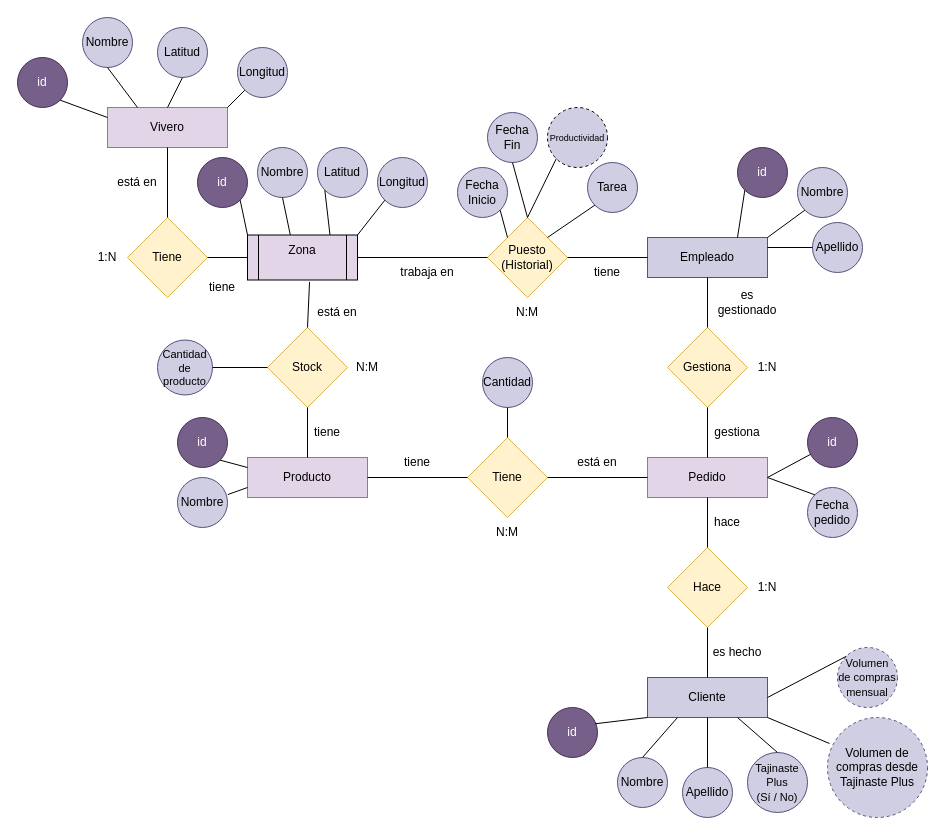
Above: viveros.drawio in IbaiHerasULL/ModeloER_Viveros (draw.io), before the change. Source tidied: cells renumbered, new cells numbered last; positions are measured from the earlier drawing's top-left corner, leaving out a move shared by most shapes. Both pictures are drawn from the tidied source at 100%, with x=0, y=0 at pixel (17, 17).
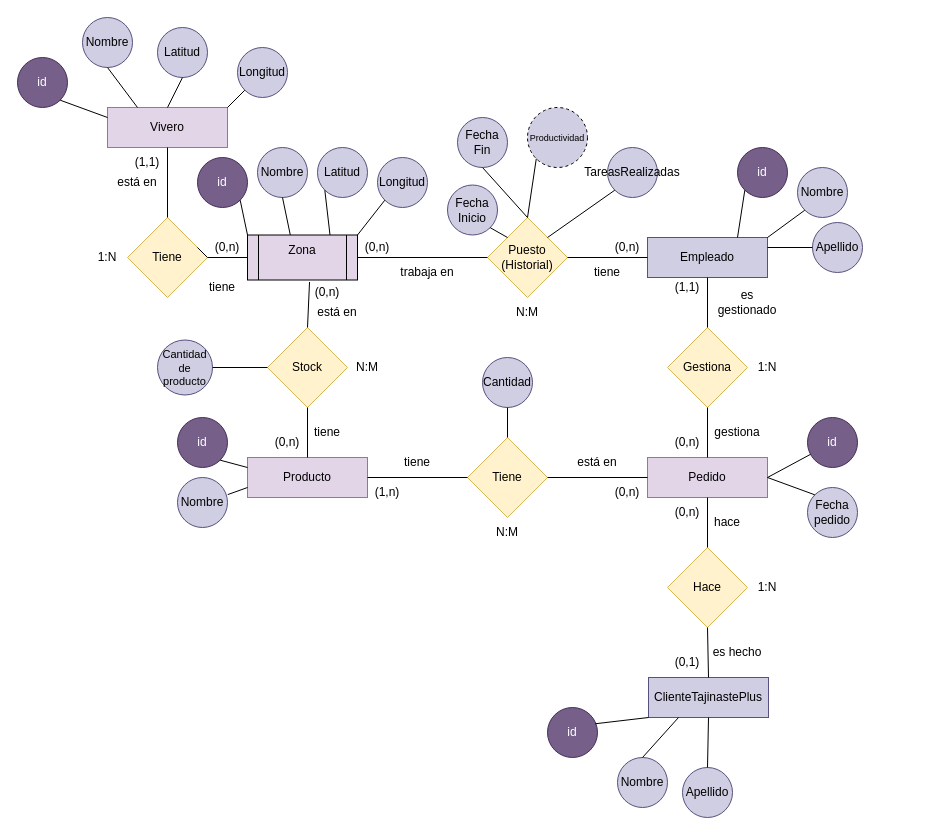
Above is the later version.

The change refers to these unchanged cells:
```xml
<mxCell id="22" value="Tiene" style="rhombus;whiteSpace=wrap;html=1;fillColor=#fff2cc;strokeColor=#d6b656;" parent="1" vertex="1">
  <mxGeometry x="110" y="200" width="80" height="80" as="geometry" />
</mxCell>
<mxCell id="97" value="&#10;Zona&#10;&#10;" style="shape=process;whiteSpace=wrap;html=1;backgroundOutline=1;fillColor=#E1D5E7;" parent="1" vertex="1">
  <mxGeometry x="230" y="217.5" width="110" height="45" as="geometry" />
</mxCell>
```

Diff of the diagram source:
```diff
@@
-    <mxCell id="5" value="Cliente" style="rounded=0;whiteSpace=wrap;html=1;fillColor=#d0cee2;strokeColor=#56517e;" parent="1" vertex="1">
-      <mxGeometry x="630" y="660" width="120" height="40" as="geometry" />
+    <mxCell id="5" value="&lt;div&gt;ClienteTajinastePlus&lt;/div&gt;" style="rounded=0;whiteSpace=wrap;html=1;fillColor=#d0cee2;strokeColor=#56517e;" parent="1" vertex="1">
+      <mxGeometry x="631" y="660" width="120" height="40" as="geometry" />
     </mxCell>
@@
-    <mxCell id="28" style="endArrow=none;html=1;rounded=0;entryX=0;entryY=0.5;entryDx=0;entryDy=0;exitX=1;exitY=0.5;exitDx=0;exitDy=0;" parent="1" edge="1" source="22" target="97">
+    <mxCell id="28" style="endArrow=none;html=1;rounded=0;entryX=0;entryY=0.5;entryDx=0;entryDy=0;exitX=1;exitY=0.5;exitDx=0;exitDy=0;" parent="1" edge="1" source="100" target="97">
       <mxGeometry relative="1" as="geometry" />
     </mxCell>
@@
     <mxCell id="47" value="Fecha&lt;div&gt;Inicio&lt;/div&gt;" style="ellipse;whiteSpace=wrap;html=1;fillColor=#d0cee2;strokeColor=#56517e;" parent="1" vertex="1">
-      <mxGeometry x="440" y="150" width="50" height="50" as="geometry" />
+      <mxGeometry x="430" y="167.5" width="50" height="50" as="geometry" />
     </mxCell>
     <mxCell id="48" value="Fecha&lt;div&gt;Fin&lt;/div&gt;" style="ellipse;whiteSpace=wrap;html=1;fillColor=#d0cee2;strokeColor=#56517e;" parent="1" vertex="1">
-      <mxGeometry x="470" y="95" width="50" height="50" as="geometry" />
+      <mxGeometry x="440" y="100" width="50" height="50" as="geometry" />
     </mxCell>
     <mxCell id="49" value="&lt;font style=&quot;font-size: 9px;&quot;&gt;Productividad&lt;/font&gt;" style="ellipse;whiteSpace=wrap;html=1;fillColor=#d0cee2;strokeColor=default;dashed=1;" parent="1" vertex="1">
-      <mxGeometry x="530" y="90" width="60" height="60" as="geometry" />
+      <mxGeometry x="510" y="90" width="60" height="60" as="geometry" />
     </mxCell>
@@
-    <mxCell id="55" value="Tarea" style="ellipse;whiteSpace=wrap;html=1;fillColor=#d0cee2;strokeColor=#56517e;" parent="1" vertex="1">
-      <mxGeometry x="570" y="145" width="50" height="50" as="geometry" />
+    <mxCell id="55" value="TareasRealizadas" style="ellipse;whiteSpace=wrap;html=1;fillColor=#d0cee2;strokeColor=#56517e;" parent="1" vertex="1">
+      <mxGeometry x="590" y="130" width="50" height="50" as="geometry" />
     </mxCell>
@@
-    <mxCell id="58" value="&lt;span id=&quot;docs-internal-guid-82717809-7fff-b2c5-6945-ed5ea66fb2f6&quot;&gt;&lt;span style=&quot;font-family: Montserrat, sans-serif; background-color: transparent; font-variant-numeric: normal; font-variant-east-asian: normal; font-variant-alternates: normal; font-variant-position: normal; vertical-align: baseline; white-space-collapse: preserve;&quot;&gt;&lt;font style=&quot;font-size: 11px;&quot;&gt;Tajinaste Plus&lt;/font&gt;&lt;/span&gt;&lt;/span&gt;&lt;div&gt;&lt;span&gt;&lt;span style=&quot;font-family: Montserrat, sans-serif; background-color: transparent; font-variant-numeric: normal; font-variant-east-asian: normal; font-variant-alternates: normal; font-variant-position: normal; vertical-align: baseline; white-space-collapse: preserve;&quot;&gt;&lt;font style=&quot;font-size: 11px;&quot;&gt;(Sí / No)&lt;/font&gt;&lt;/span&gt;&lt;/span&gt;&lt;/div&gt;" style="ellipse;whiteSpace=wrap;html=1;fillColor=#d0cee2;strokeColor=#56517e;" parent="1" vertex="1">
-      <mxGeometry x="730" y="735" width="60" height="60" as="geometry" />
-    </mxCell>
-    <mxCell id="59" value="&lt;font face=&quot;Montserrat, sans-serif&quot;&gt;&lt;span style=&quot;font-size: 11px; white-space-collapse: preserve;&quot;&gt;Volumen de compras&lt;/span&gt;&lt;/font&gt;&lt;div&gt;&lt;font face=&quot;Montserrat, sans-serif&quot;&gt;&lt;span style=&quot;font-size: 11px; white-space-collapse: preserve;&quot;&gt;mensual&lt;/span&gt;&lt;/font&gt;&lt;/div&gt;" style="ellipse;whiteSpace=wrap;html=1;fillColor=#d0cee2;strokeColor=#56517e;dashed=1;" parent="1" vertex="1">
-      <mxGeometry x="820" y="630" width="60" height="60" as="geometry" />
-    </mxCell>
@@
-    <mxCell id="63" style="endArrow=none;html=1;rounded=0;exitX=0.75;exitY=1;exitDx=0;exitDy=0;entryX=0.5;entryY=0;entryDx=0;entryDy=0;" parent="1" edge="1" source="5" target="58">
-      <mxGeometry relative="1" as="geometry" />
-    </mxCell>
-    <mxCell id="64" style="endArrow=none;html=1;rounded=0;exitX=1;exitY=0.5;exitDx=0;exitDy=0;entryX=0;entryY=0;entryDx=0;entryDy=0;" parent="1" edge="1" source="5" target="59">
-      <mxGeometry relative="1" as="geometry" />
-    </mxCell>
@@
-    <mxCell id="95" style="endArrow=none;html=1;rounded=0;exitX=1;exitY=1;exitDx=0;exitDy=0;entryX=0.02;entryY=0.26;entryDx=0;entryDy=0;entryPerimeter=0;" parent="1" edge="1" source="5" target="96">
-      <mxGeometry relative="1" as="geometry" />
-    </mxCell>
-    <mxCell id="96" value="Volumen de compras desde Tajinaste Plus" style="ellipse;whiteSpace=wrap;html=1;fillColor=#d0cee2;strokeColor=#56517e;dashed=1;" parent="1" vertex="1">
-      <mxGeometry x="810" y="700" width="100" height="100" as="geometry" />
-    </mxCell>
@@
+    <mxCell id="98" value="(1,1)" style="text;html=1;align=center;verticalAlign=middle;whiteSpace=wrap;rounded=0;" parent="1" vertex="1">
+      <mxGeometry x="100" y="130" width="60" height="30" as="geometry" />
+    </mxCell>
+    <mxCell id="99" style="endArrow=none;html=1;rounded=0;entryX=0;entryY=0.5;entryDx=0;entryDy=0;exitX=1;exitY=0.5;exitDx=0;exitDy=0;" parent="1" edge="1" source="22" target="100">
+      <mxGeometry relative="1" as="geometry" />
+    </mxCell>
+    <mxCell id="100" value="(0,n)" style="text;html=1;align=center;verticalAlign=middle;whiteSpace=wrap;rounded=0;" parent="1" vertex="1">
+      <mxGeometry x="180" y="215" width="60" height="30" as="geometry" />
+    </mxCell>
+    <mxCell id="101" style="endArrow=none;html=1;rounded=0;" parent="1" edge="1" source="22" target="97">
+      <mxGeometry relative="1" as="geometry" />
+    </mxCell>
+    <mxCell id="102" value="(0,n)" style="text;html=1;align=center;verticalAlign=middle;whiteSpace=wrap;rounded=0;" parent="1" vertex="1">
+      <mxGeometry x="280" y="260" width="60" height="30" as="geometry" />
+    </mxCell>
+    <mxCell id="103" value="(0,n)" style="text;html=1;align=center;verticalAlign=middle;whiteSpace=wrap;rounded=0;" parent="1" vertex="1">
+      <mxGeometry x="240" y="410" width="60" height="30" as="geometry" />
+    </mxCell>
+    <mxCell id="104" value="(0,n)" style="text;html=1;align=center;verticalAlign=middle;whiteSpace=wrap;rounded=0;" parent="1" vertex="1">
+      <mxGeometry x="330" y="215" width="60" height="30" as="geometry" />
+    </mxCell>
+    <mxCell id="105" value="(0,n)" style="text;html=1;align=center;verticalAlign=middle;whiteSpace=wrap;rounded=0;" parent="1" vertex="1">
+      <mxGeometry x="580" y="215" width="60" height="30" as="geometry" />
+    </mxCell>
+    <mxCell id="106" value="(0,n)" style="text;html=1;align=center;verticalAlign=middle;whiteSpace=wrap;rounded=0;" parent="1" vertex="1">
+      <mxGeometry x="640" y="410" width="60" height="30" as="geometry" />
+    </mxCell>
+    <mxCell id="107" value="(1,1)" style="text;html=1;align=center;verticalAlign=middle;whiteSpace=wrap;rounded=0;" parent="1" vertex="1">
+      <mxGeometry x="640" y="255" width="60" height="30" as="geometry" />
+    </mxCell>
+    <mxCell id="108" value="(0,n)" style="text;html=1;align=center;verticalAlign=middle;whiteSpace=wrap;rounded=0;" parent="1" vertex="1">
+      <mxGeometry x="580" y="460" width="60" height="30" as="geometry" />
+    </mxCell>
+    <mxCell id="109" value="&lt;div&gt;(1,n)&lt;/div&gt;" style="text;html=1;align=center;verticalAlign=middle;whiteSpace=wrap;rounded=0;" parent="1" vertex="1">
+      <mxGeometry x="340" y="460" width="60" height="30" as="geometry" />
+    </mxCell>
+    <mxCell id="110" value="(0,n)" style="text;html=1;align=center;verticalAlign=middle;whiteSpace=wrap;rounded=0;" parent="1" vertex="1">
+      <mxGeometry x="640" y="480" width="60" height="30" as="geometry" />
+    </mxCell>
+    <mxCell id="111" value="(0,1)" style="text;html=1;align=center;verticalAlign=middle;whiteSpace=wrap;rounded=0;" parent="1" vertex="1">
+      <mxGeometry x="640" y="630" width="60" height="30" as="geometry" />
+    </mxCell>
```
